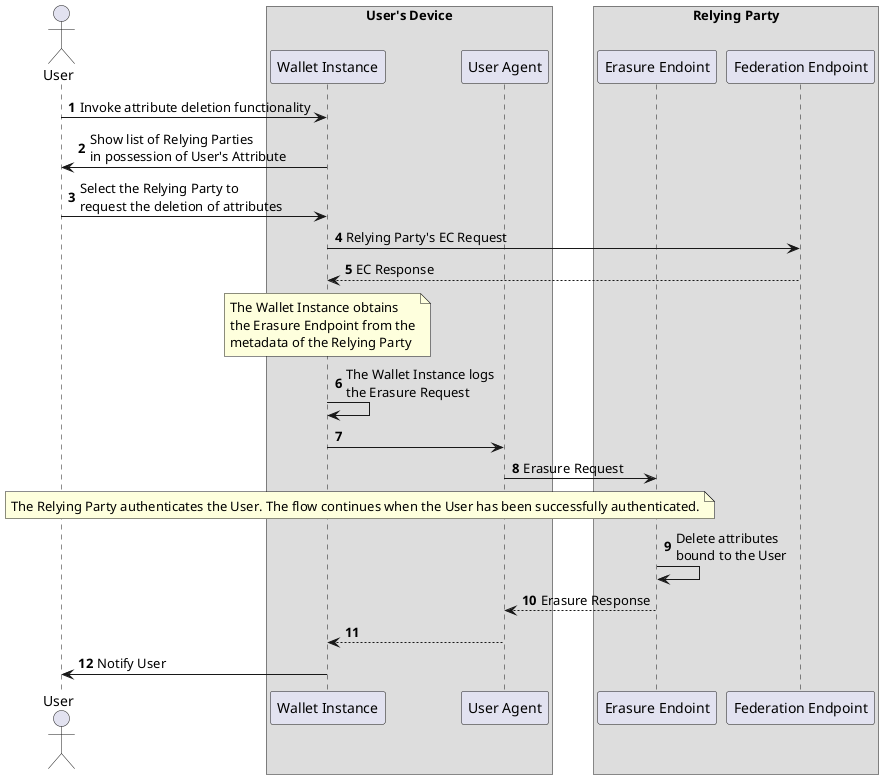
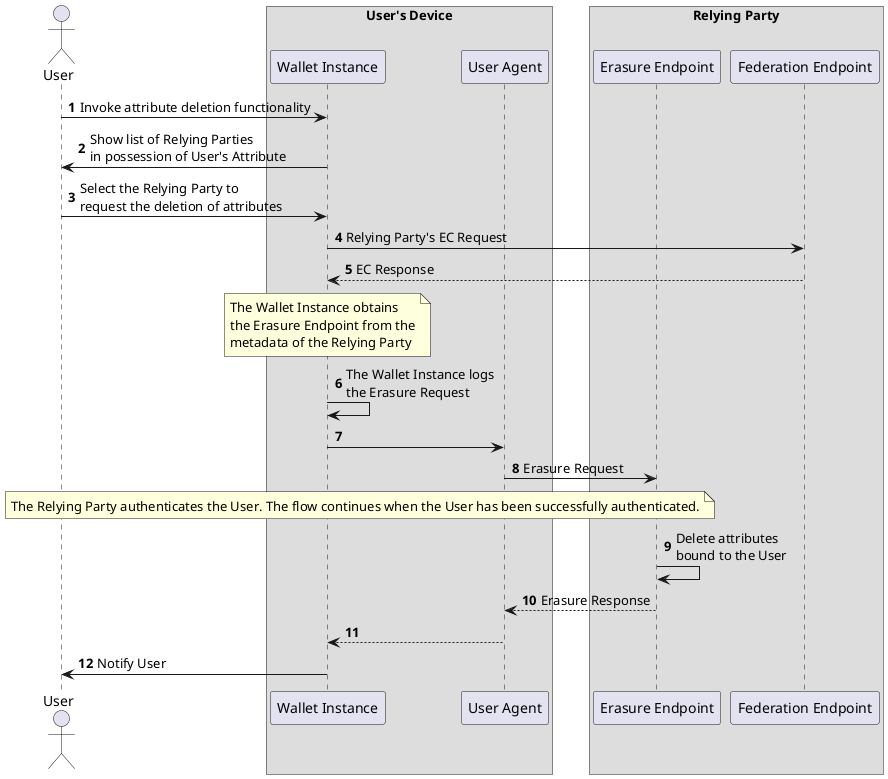
@startuml Deletion of User's Attributes
autonumber
actor "User" as user

box User's Device
participant "Wallet Instance" as app
participant "User Agent" as ua
end box

box Relying Party
- participant "Erasure Endoint" as eept
+ participant "Erasure Endpoint" as eept
participant "Federation Endpoint" as fept
end box

  user -> app: Invoke attribute deletion functionality
  app -> user: Show list of Relying Parties \nin possession of User's Attribute
  user -> app: Select the Relying Party to \nrequest the deletion of attributes
  app -> fept: Relying Party's EC Request
  fept --> app: EC Response

  note over app
    The Wallet Instance obtains
    the Erasure Endpoint from the
    metadata of the Relying Party
  end note

  app -> app: The Wallet Instance logs \nthe Erasure Request
  app -> ua:
  ua -> eept: Erasure Request

  note over user, eept
    The Relying Party authenticates the User. The flow continues when the User has been successfully authenticated.
  end note

  eept -> eept: Delete attributes \nbound to the User
  eept --> ua: Erasure Response

  ua --> app:
  app -> user: Notify User
@enduml